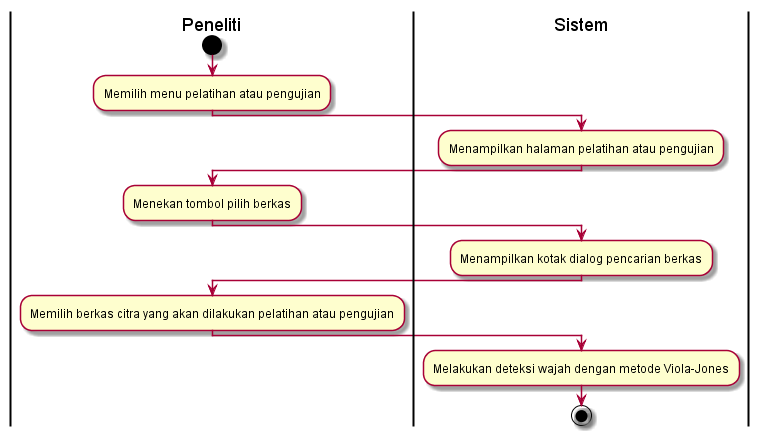
Above: diagram/AD_deteksi_wajah.png in ayulestari10/gmisvm (PlantUML), before the change.
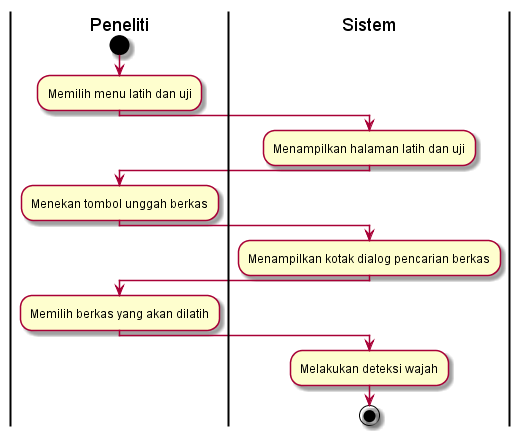
The same file after the commit.

The edit, as a diff of the source:
```diff
@@ -1,16 +1,17 @@
 @startuml
 | Peneliti |
 start
-:Memilih menu pelatihan atau pengujian;
+:Memilih menu latih dan uji;
 | Sistem |
-:Menampilkan halaman pelatihan atau pengujian;
+:Menampilkan halaman latih dan uji;
 | Peneliti |
-:Menekan tombol pilih berkas;
+:Menekan tombol unggah berkas;
 | Sistem |
 :Menampilkan kotak dialog pencarian berkas;
 | Peneliti |
-:Memilih berkas citra yang akan dilakukan pelatihan atau pengujian;
+:Memilih berkas yang akan dilatih;
 | Sistem |
-:Melakukan deteksi wajah dengan metode Viola-Jones;
+:Melakukan deteksi wajah;
+
 stop
 @enduml
```
